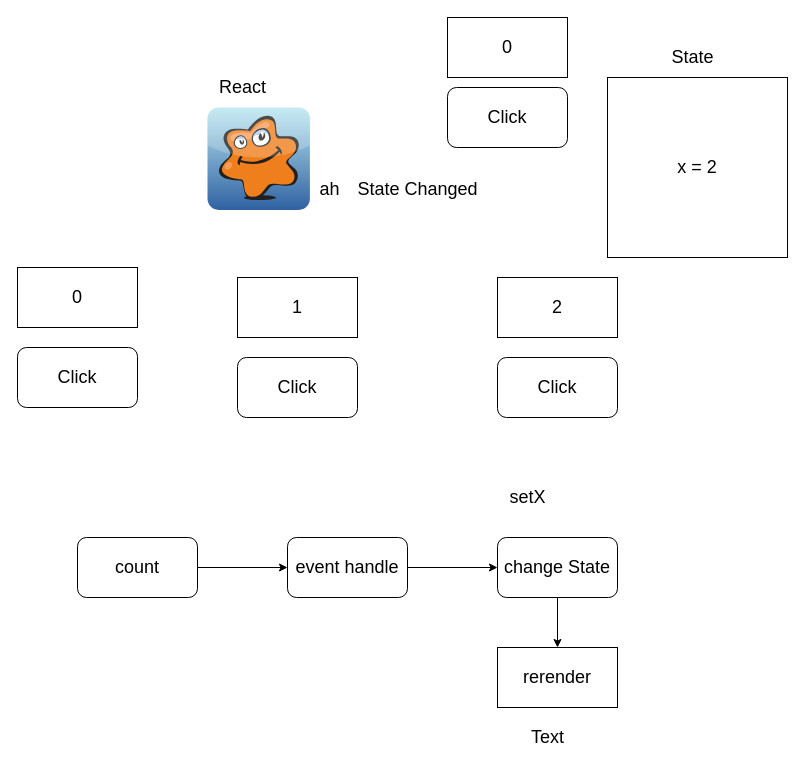
moslemajra85/show-step keeps this draw.io diagram as page "Page-1" (1 of 2) of lesson.drawio. Above is the earlier version. Source tidied: cells renumbered, new cells numbered last; positions are measured from the earlier drawing's top-left corner, leaving out a move shared by most shapes. Both pictures are drawn from the tidied source at 100%, with x=0, y=0 at pixel (17, 17).
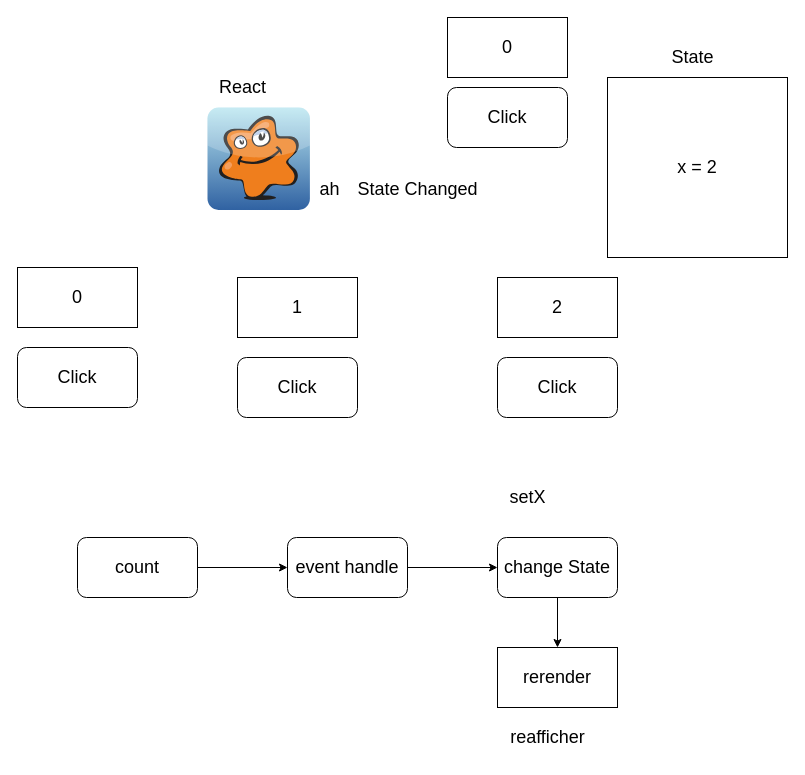
The same diagram, later.

Change to the diagram source:
```diff
@@
-    <mxCell id="24" value="Text" style="text;html=1;align=center;verticalAlign=middle;strokeColor=none;fillColor=none;fontSize=18;" parent="1" vertex="1">
-      <mxGeometry x="500" y="700" width="60" height="40" as="geometry" />
+    <mxCell id="24" value="reafficher" style="text;html=1;align=center;verticalAlign=middle;strokeColor=none;fillColor=none;fontSize=18;" parent="1" vertex="1">
+      <mxGeometry x="480" y="700" width="100" height="40" as="geometry" />
     </mxCell>
```
